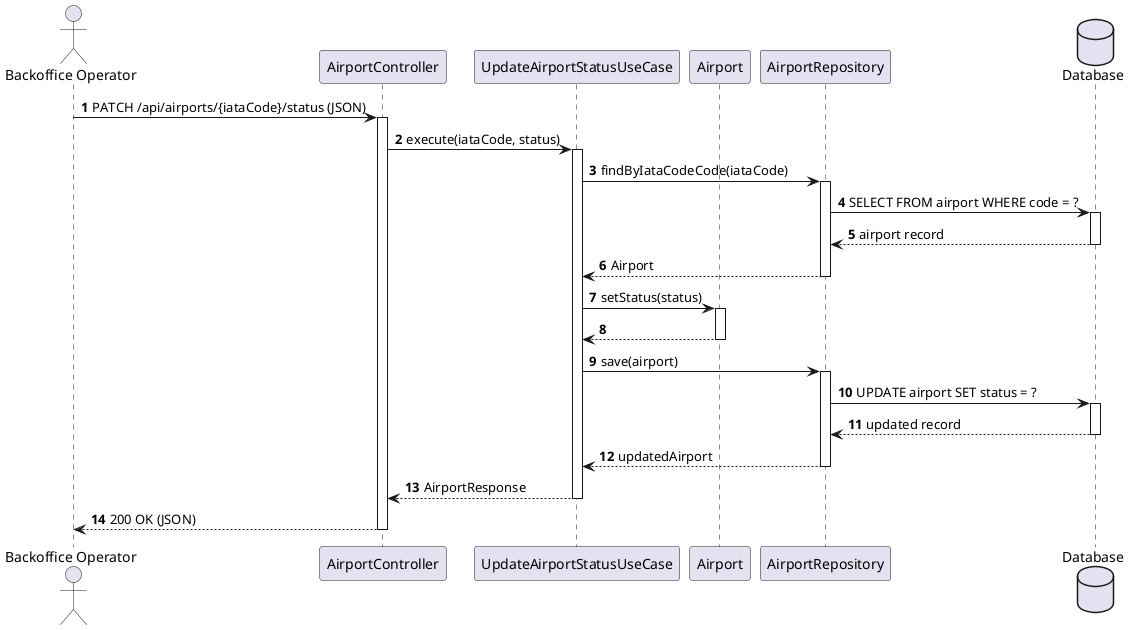
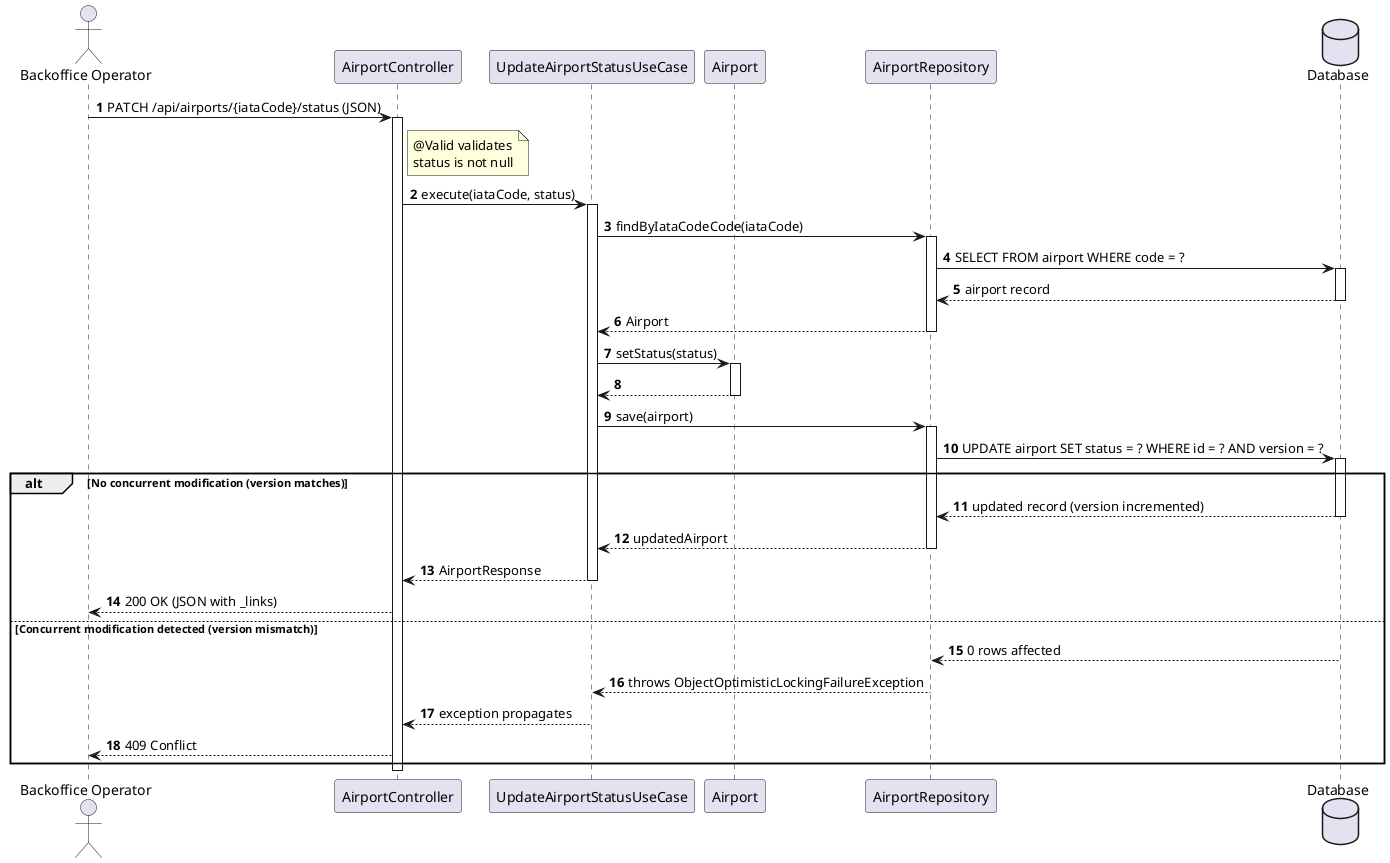
@startuml
autonumber
actor "Backoffice Operator" as BO
participant "AirportController" as Ctrl
participant "UpdateAirportStatusUseCase" as UC
participant "Airport" as Entity
participant "AirportRepository" as Repo
database "Database" as DB

BO -> Ctrl : PATCH /api/airports/{iataCode}/status (JSON)
activate Ctrl
+ 
+ note right of Ctrl : @Valid validates\nstatus is not null

Ctrl -> UC : execute(iataCode, status)
activate UC

UC -> Repo : findByIataCodeCode(iataCode)
activate Repo
Repo -> DB : SELECT FROM airport WHERE code = ?
activate DB
DB --> Repo : airport record
deactivate DB
Repo --> UC : Airport
deactivate Repo

UC -> Entity : setStatus(status)
activate Entity
Entity --> UC
deactivate Entity

UC -> Repo : save(airport)
activate Repo
- Repo -> DB : UPDATE airport SET status = ?
+ Repo -> DB : UPDATE airport SET status = ? WHERE id = ? AND version = ?
activate DB
- DB --> Repo : updated record
- deactivate DB
- Repo --> UC : updatedAirport
- deactivate Repo

- UC --> Ctrl : AirportResponse
- deactivate UC
+ alt No concurrent modification (version matches)
+   DB --> Repo : updated record (version incremented)
+   deactivate DB
+   Repo --> UC : updatedAirport
+   deactivate Repo
+   UC --> Ctrl : AirportResponse
+   deactivate UC
+   Ctrl --> BO : 200 OK (JSON with _links)
+ else Concurrent modification detected (version mismatch)
+   DB --> Repo : 0 rows affected
+   Repo --> UC : throws ObjectOptimisticLockingFailureException
+   UC --> Ctrl : exception propagates
+   Ctrl --> BO : 409 Conflict
+ end

- Ctrl --> BO : 200 OK (JSON)
deactivate Ctrl
@enduml
